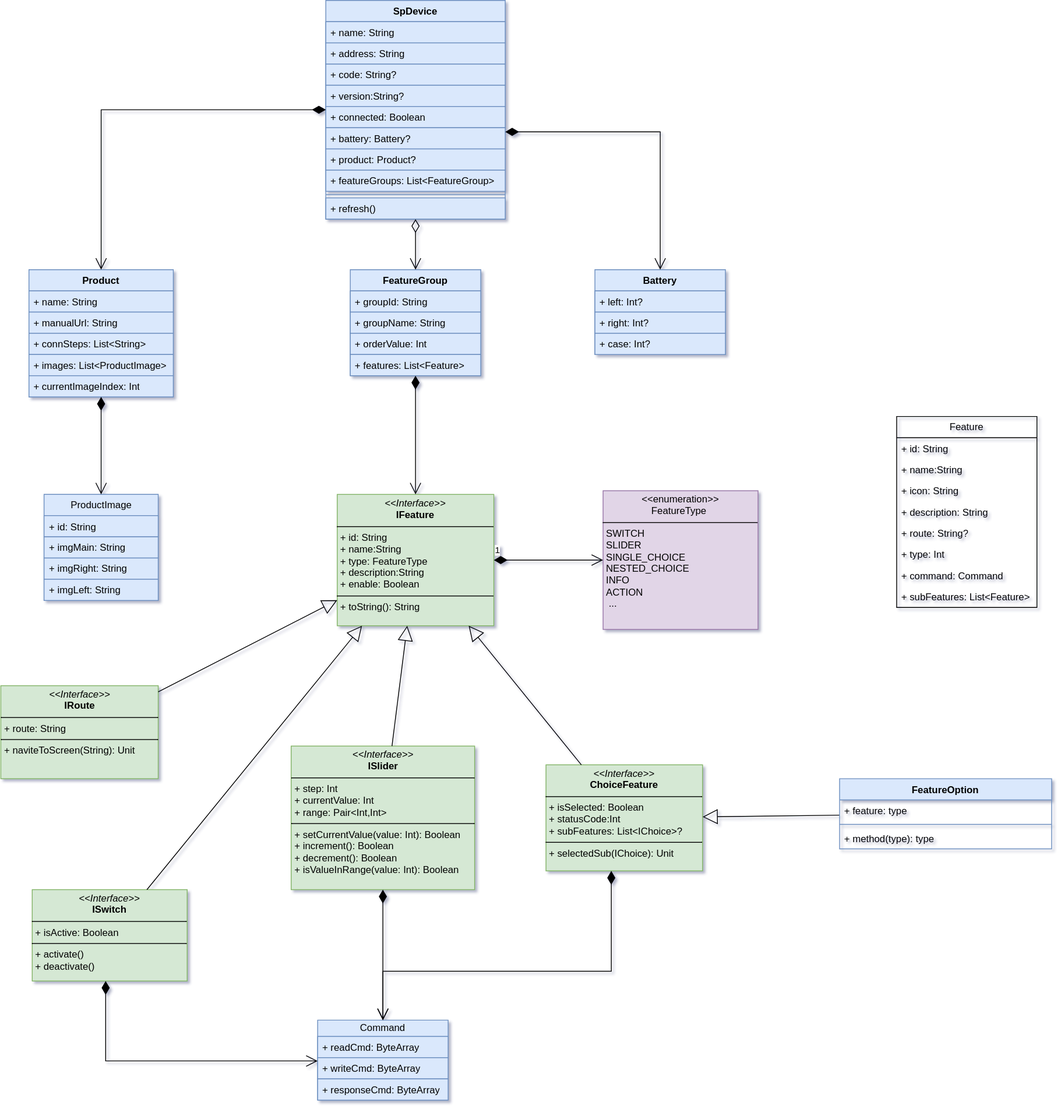
The draw.io diagram sp-device.drawio.svg in kekemao00/draw-libs, before a commit. Source tidied: cells renumbered, new cells last; positions are measured from the earlier drawing's top-left corner, leaving out a move shared by most shapes.
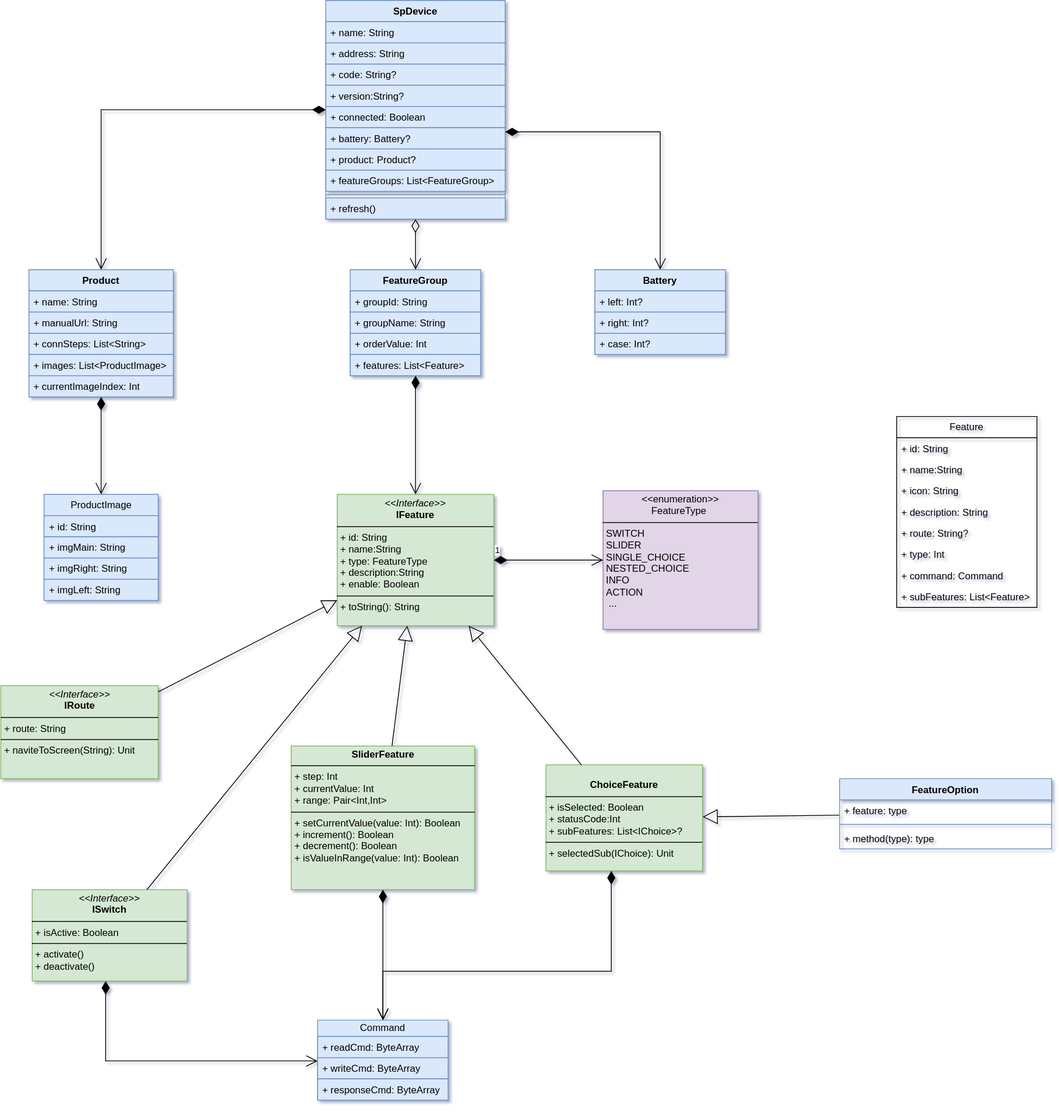
Above is the later version.

The edit, as a diff of the source:
```diff
@@ -140,13 +140,13 @@
     <mxCell id="47" value="&lt;p style=&quot;margin:0px;margin-top:4px;text-align:center;&quot;&gt;&lt;i&gt;&amp;lt;&amp;lt;Interface&amp;gt;&amp;gt;&lt;/i&gt;&lt;br&gt;&lt;b&gt;IRoute&lt;/b&gt;&lt;/p&gt;&lt;hr size=&quot;1&quot; style=&quot;border-style:solid;&quot;&gt;&lt;p style=&quot;margin:0px;margin-left:4px;&quot;&gt;+ route: String&lt;/p&gt;&lt;hr size=&quot;1&quot; style=&quot;border-style:solid;&quot;&gt;&lt;p style=&quot;margin:0px;margin-left:4px;&quot;&gt;+ naviteToScreen(String): Unit&lt;br&gt;&lt;/p&gt;" style="verticalAlign=top;align=left;overflow=fill;html=1;whiteSpace=wrap;fillColor=#d5e8d4;strokeColor=#82b366;" parent="1" vertex="1">
       <mxGeometry x="-0.5" y="840" width="193" height="114" as="geometry" />
     </mxCell>
-    <mxCell id="48" value="&lt;p style=&quot;margin:0px;margin-top:4px;text-align:center;&quot;&gt;&lt;i&gt;&amp;lt;&amp;lt;Interface&amp;gt;&amp;gt;&lt;/i&gt;&lt;br&gt;&lt;b&gt;ChoiceFeature&lt;/b&gt;&lt;/p&gt;&lt;hr size=&quot;1&quot; style=&quot;border-style:solid;&quot;&gt;&lt;p style=&quot;margin:0px;margin-left:4px;&quot;&gt;+ isSelected: Boolean&lt;br&gt;+ statusCode:Int&lt;br&gt;+ subFeatures: List&amp;lt;IChoice&amp;gt;?&lt;/p&gt;&lt;hr size=&quot;1&quot; style=&quot;border-style:solid;&quot;&gt;&lt;p style=&quot;margin:0px;margin-left:4px;&quot;&gt;+ selectedSub(IChoice): Unit&lt;br&gt;&lt;/p&gt;" style="verticalAlign=top;align=left;overflow=fill;html=1;whiteSpace=wrap;fillColor=#d5e8d4;strokeColor=#82b366;" parent="1" vertex="1">
+    <mxCell id="48" value="&lt;p style=&quot;margin:0px;margin-top:4px;text-align:center;&quot;&gt;&lt;br&gt;&lt;b&gt;ChoiceFeature&lt;/b&gt;&lt;/p&gt;&lt;hr size=&quot;1&quot; style=&quot;border-style:solid;&quot;&gt;&lt;p style=&quot;margin:0px;margin-left:4px;&quot;&gt;+ isSelected: Boolean&lt;br&gt;+ statusCode:Int&lt;br&gt;+ subFeatures: List&amp;lt;IChoice&amp;gt;?&lt;/p&gt;&lt;hr size=&quot;1&quot; style=&quot;border-style:solid;&quot;&gt;&lt;p style=&quot;margin:0px;margin-left:4px;&quot;&gt;+ selectedSub(IChoice): Unit&lt;br&gt;&lt;/p&gt;" style="verticalAlign=top;align=left;overflow=fill;html=1;whiteSpace=wrap;fillColor=#d5e8d4;strokeColor=#82b366;" parent="1" vertex="1">
       <mxGeometry x="668" y="937" width="192" height="130" as="geometry" />
     </mxCell>
     <mxCell id="49" value="&lt;p style=&quot;margin:0px;margin-top:4px;text-align:center;&quot;&gt;&lt;i&gt;&amp;lt;&amp;lt;Interface&amp;gt;&amp;gt;&lt;/i&gt;&lt;br&gt;&lt;b&gt;ISwitch&lt;/b&gt;&lt;/p&gt;&lt;hr size=&quot;1&quot; style=&quot;border-style:solid;&quot;&gt;&lt;p style=&quot;margin:0px;margin-left:4px;&quot;&gt;+ isActive: Boolean&lt;br&gt;&lt;/p&gt;&lt;hr size=&quot;1&quot; style=&quot;border-style:solid;&quot;&gt;&lt;p style=&quot;margin:0px;margin-left:4px;&quot;&gt;+ activate()&lt;br&gt;+ deactivate()&lt;/p&gt;" style="verticalAlign=top;align=left;overflow=fill;html=1;whiteSpace=wrap;fillColor=#d5e8d4;strokeColor=#82b366;" parent="1" vertex="1">
       <mxGeometry x="38" y="1090" width="190" height="112" as="geometry" />
     </mxCell>
-    <mxCell id="50" value="&lt;p style=&quot;margin:0px;margin-top:4px;text-align:center;&quot;&gt;&lt;i&gt;&amp;lt;&amp;lt;Interface&amp;gt;&amp;gt;&lt;/i&gt;&lt;br&gt;&lt;b&gt;ISlider&lt;/b&gt;&lt;/p&gt;&lt;hr size=&quot;1&quot; style=&quot;border-style:solid;&quot;&gt;&lt;p style=&quot;margin:0px;margin-left:4px;&quot;&gt;+&amp;nbsp;step: Int&lt;br&gt;+&amp;nbsp;currentValue: Int&lt;br&gt;+ range: Pair&amp;lt;Int,Int&amp;gt;&lt;/p&gt;&lt;hr size=&quot;1&quot; style=&quot;border-style:solid;&quot;&gt;&lt;p style=&quot;margin:0px;margin-left:4px;&quot;&gt;+ setCurrentValue(value: Int): Boolean&lt;/p&gt;&lt;p style=&quot;margin:0px;margin-left:4px;&quot;&gt;+ increment(): Boolean&lt;/p&gt;&lt;p style=&quot;margin:0px;margin-left:4px;&quot;&gt;+ decrement(): Boolean&lt;/p&gt;&lt;p style=&quot;margin:0px;margin-left:4px;&quot;&gt;+ isValueInRange(value: Int): Boolean&lt;/p&gt;" style="verticalAlign=top;align=left;overflow=fill;html=1;whiteSpace=wrap;fillColor=#d5e8d4;strokeColor=#82b366;" parent="1" vertex="1">
+    <mxCell id="50" value="&lt;p style=&quot;margin:0px;margin-top:4px;text-align:center;&quot;&gt;&lt;b&gt;SliderFeature&lt;/b&gt;&lt;/p&gt;&lt;hr size=&quot;1&quot; style=&quot;border-style:solid;&quot;&gt;&lt;p style=&quot;margin:0px;margin-left:4px;&quot;&gt;+&amp;nbsp;step: Int&lt;br&gt;+&amp;nbsp;currentValue: Int&lt;br&gt;+ range: Pair&amp;lt;Int,Int&amp;gt;&lt;/p&gt;&lt;hr size=&quot;1&quot; style=&quot;border-style:solid;&quot;&gt;&lt;p style=&quot;margin:0px;margin-left:4px;&quot;&gt;+ setCurrentValue(value: Int): Boolean&lt;/p&gt;&lt;p style=&quot;margin:0px;margin-left:4px;&quot;&gt;+ increment(): Boolean&lt;/p&gt;&lt;p style=&quot;margin:0px;margin-left:4px;&quot;&gt;+ decrement(): Boolean&lt;/p&gt;&lt;p style=&quot;margin:0px;margin-left:4px;&quot;&gt;+ isValueInRange(value: Int): Boolean&lt;/p&gt;" style="verticalAlign=top;align=left;overflow=fill;html=1;whiteSpace=wrap;fillColor=#d5e8d4;strokeColor=#82b366;" parent="1" vertex="1">
       <mxGeometry x="355.5" y="914" width="225" height="176" as="geometry" />
     </mxCell>
     <mxCell id="51" style="endArrow=open;html=1;endSize=12;startArrow=diamondThin;startSize=14;startFill=1;edgeStyle=orthogonalEdgeStyle;align=left;verticalAlign=bottom;rounded=0;" parent="1" edge="1" source="2" target="13">
```
